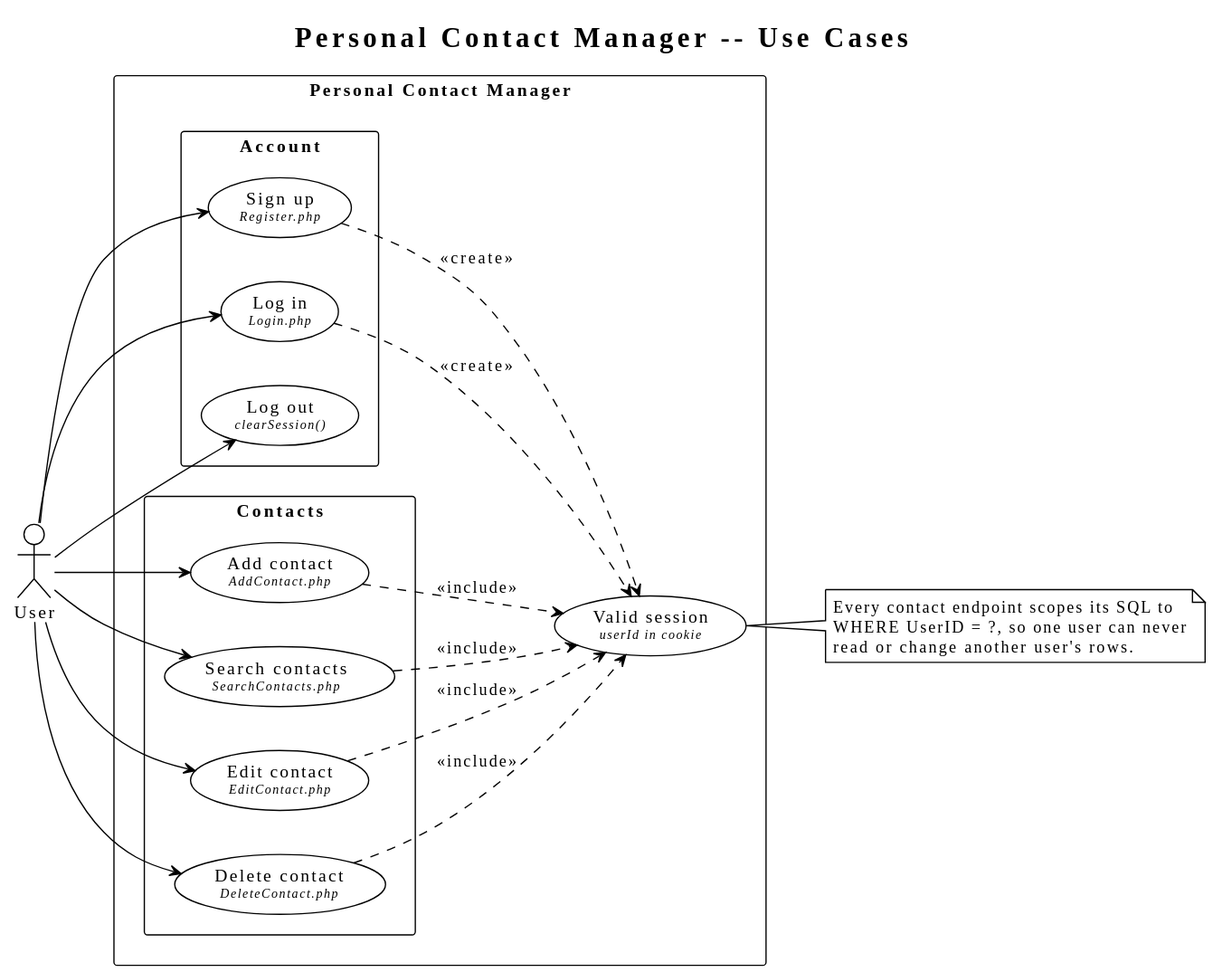
This is docs/uml/use-case.svg from polter-dev/Poosd-Small-Project, a PlantUML export, as it was before one commit.
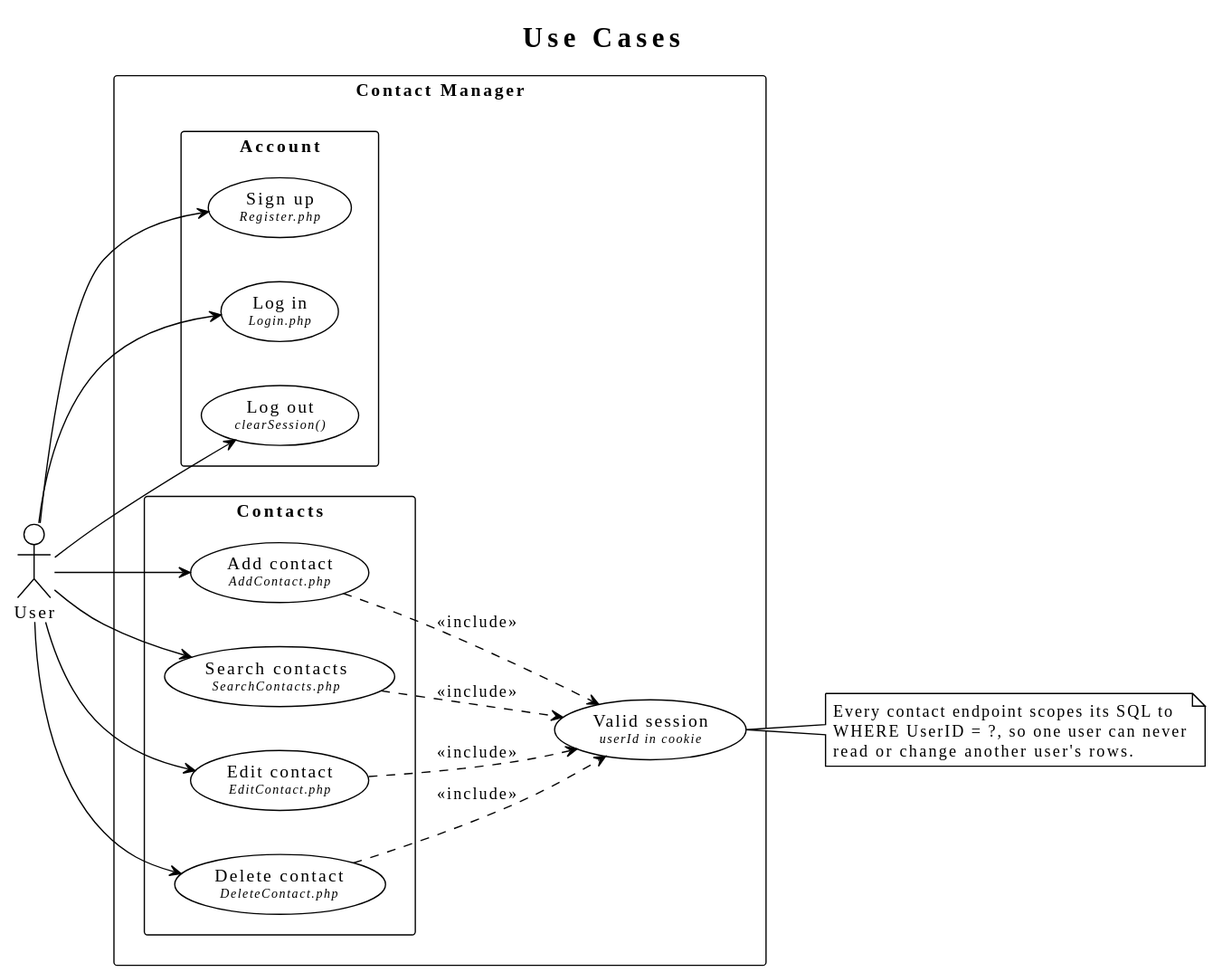
Above is the later version.

What changed in the source:
```diff
@@ -9,11 +9,11 @@
   BorderColor Black
 }
 
-title Personal Contact Manager -- Use Cases
+title Use Cases
 
 actor "User" as user
 
-rectangle "Personal Contact Manager" {
+rectangle "Contact Manager" {
 
   package "Account" {
     usecase "Sign up\n<size:10><i>Register.php</i></size>" as UC_SIGNUP
@@ -39,9 +39,6 @@
 user --> UC_EDIT
 user --> UC_DELETE
 
-UC_SIGNUP ..> UC_SESSION : <<create>>
-UC_LOGIN  ..> UC_SESSION : <<create>>
-
 UC_ADD    ..> UC_SESSION : <<include>>
 UC_SEARCH ..> UC_SESSION : <<include>>
 UC_EDIT   ..> UC_SESSION : <<include>>
```
